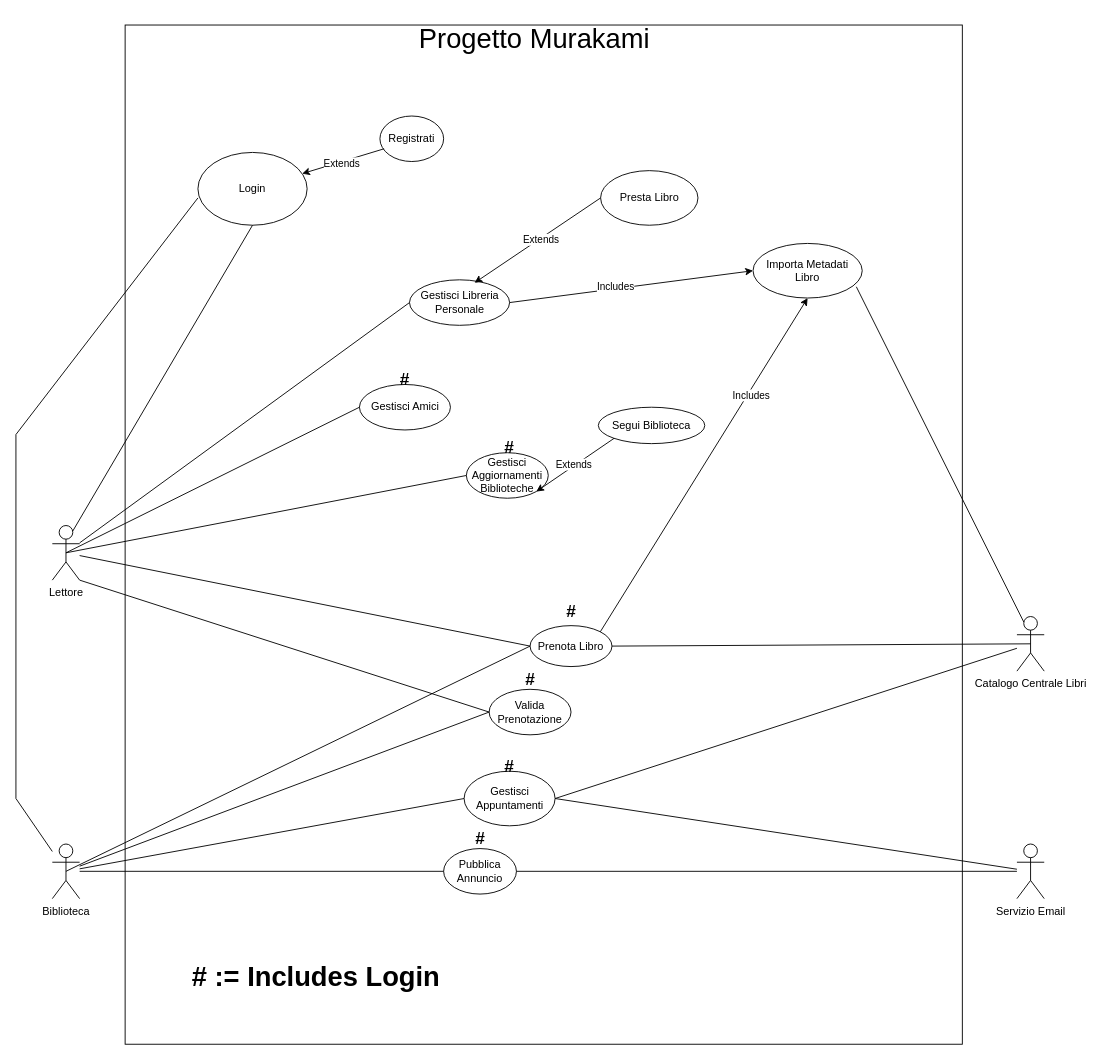
Before: page "UC Diagram Attuale" (1 of 2) of Casi d'uso/Diagrammi/Diagramma casi d'uso.drawio in Tom-n7/progettoMurakami, a draw.io diagram. Source tidied: cells renumbered, new cells numbered last; positions are measured from the earlier drawing's top-left corner, leaving out a move shared by most shapes. Both pictures are drawn from the tidied source at 91%, with x=0, y=0 at pixel (15, 15).
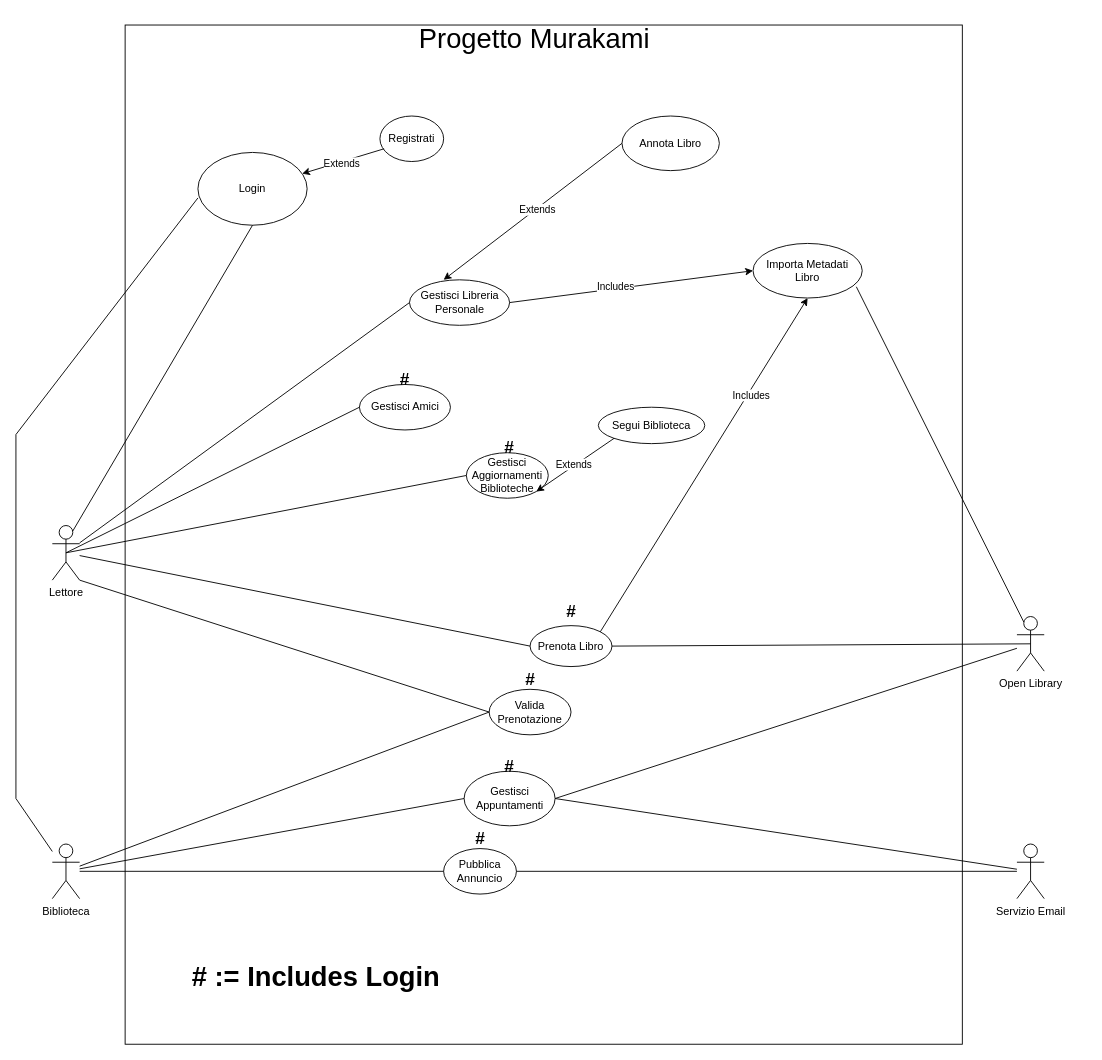
The same diagram, later.

Unchanged cells that the change refers to:
```xml
<mxCell id="5" value="Biblioteca" style="shape=umlActor;verticalLabelPosition=bottom;verticalAlign=top;html=1;outlineConnect=0;" parent="1" vertex="1">
  <mxGeometry x="40" y="910" width="30" height="60" as="geometry" />
</mxCell>
<mxCell id="6" value="&lt;font&gt;Gestisci Libreria Personale&lt;/font&gt;" style="ellipse;whiteSpace=wrap;html=1;" parent="1" vertex="1">
  <mxGeometry x="432.5" y="290" width="110" height="50" as="geometry" />
</mxCell>
<mxCell id="12" value="Prenota Libro" style="ellipse;whiteSpace=wrap;html=1;" parent="1" vertex="1">
  <mxGeometry x="565" y="670" width="90" height="45" as="geometry" />
</mxCell>
```

Diff of the diagram source:
```diff
@@
-    <mxCell id="4" value="Catalogo Centrale Libri" style="shape=umlActor;verticalLabelPosition=bottom;verticalAlign=top;html=1;outlineConnect=0;" parent="1" vertex="1">
+    <mxCell id="4" value="Open Library" style="shape=umlActor;verticalLabelPosition=bottom;verticalAlign=top;html=1;outlineConnect=0;" parent="1" vertex="1">
       <mxGeometry x="1100" y="660" width="30" height="60" as="geometry" />
     </mxCell>
@@
-    <mxCell id="14" style="endArrow=none;html=1;rounded=0;exitX=0.5;exitY=0.5;exitDx=0;exitDy=0;exitPerimeter=0;entryX=0;entryY=0.5;entryDx=0;entryDy=0;" parent="1" edge="1" source="5" target="12">
-      <mxGeometry relative="1" as="geometry" />
-    </mxCell>
@@
-    <mxCell id="41" style="endArrow=classic;html=1;rounded=0;entryX=0.65;entryY=0.066;entryDx=0;entryDy=0;entryPerimeter=0;exitX=0;exitY=0.5;exitDx=0;exitDy=0;" parent="1" edge="1" source="43" target="6">
-      <mxGeometry relative="1" as="geometry" />
-    </mxCell>
-    <mxCell id="42" value="Extends" style="edgeLabel;html=1;align=center;verticalAlign=middle;" parent="41" vertex="1">
-      <mxGeometry x="-0.04" y="1" relative="1" as="geometry" />
-    </mxCell>
-    <mxCell id="43" value="Presta Libro" style="ellipse;whiteSpace=wrap;html=1;" parent="1" vertex="1">
-      <mxGeometry x="642.5" y="170" width="107" height="60" as="geometry" />
-    </mxCell>
@@
+    <mxCell id="53" style="endArrow=classic;html=1;rounded=0;exitX=0;exitY=0.5;exitDx=0;exitDy=0;entryX=0.341;entryY=0;entryDx=0;entryDy=0;entryPerimeter=0;" parent="1" edge="1" source="54" target="6">
+      <mxGeometry relative="1" as="geometry" />
+    </mxCell>
+    <mxCell id="42" value="Extends" style="edgeLabel;html=1;align=center;verticalAlign=middle;" parent="53" vertex="1">
+      <mxGeometry x="-0.04" y="1" relative="1" as="geometry" />
+    </mxCell>
+    <mxCell id="54" value="Annota Libro" style="ellipse;whiteSpace=wrap;html=1;" parent="1" vertex="1">
+      <mxGeometry x="666" y="110" width="107" height="60" as="geometry" />
+    </mxCell>
```
